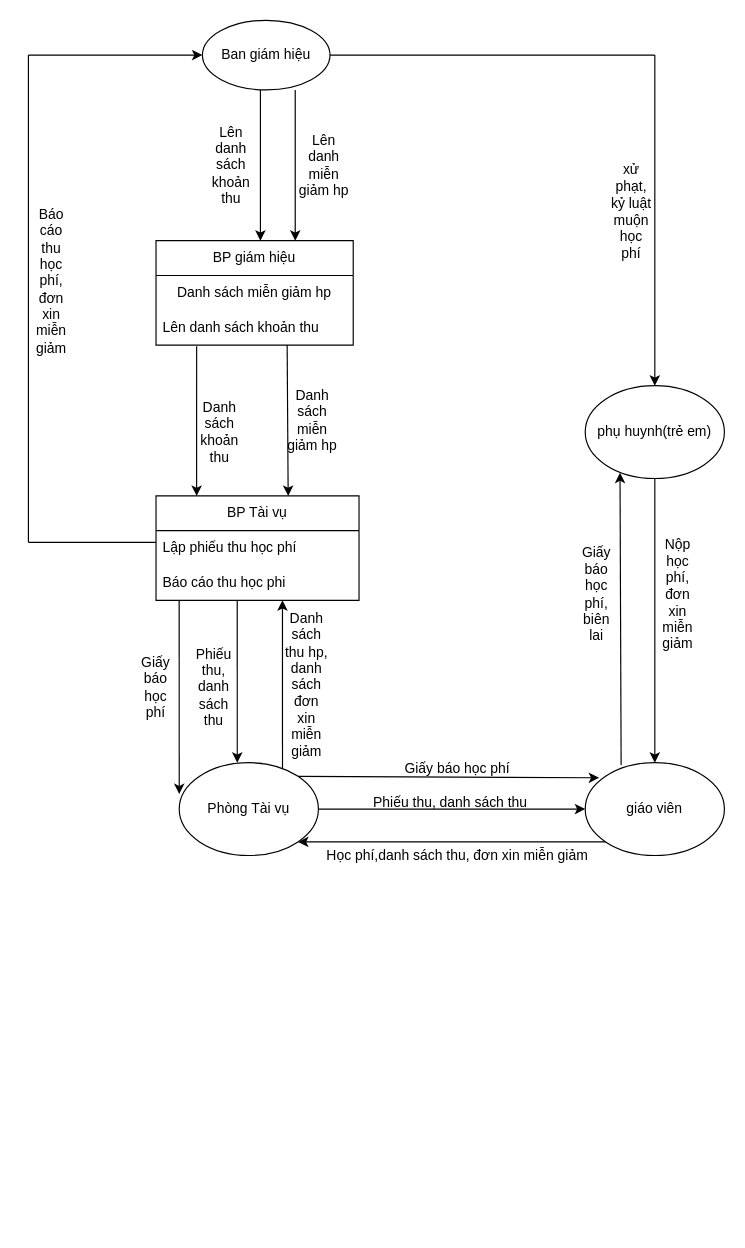
duyquyen20062000/cv keeps this draw.io diagram as Untitled Diagram.drawio. Above is the earlier version. Source tidied: cells renumbered, new cells numbered last; positions are measured from the earlier drawing's top-left corner, leaving out a move shared by most shapes. Both pictures are drawn from the tidied source at 116%, with x=0, y=0 at pixel (28, 20).
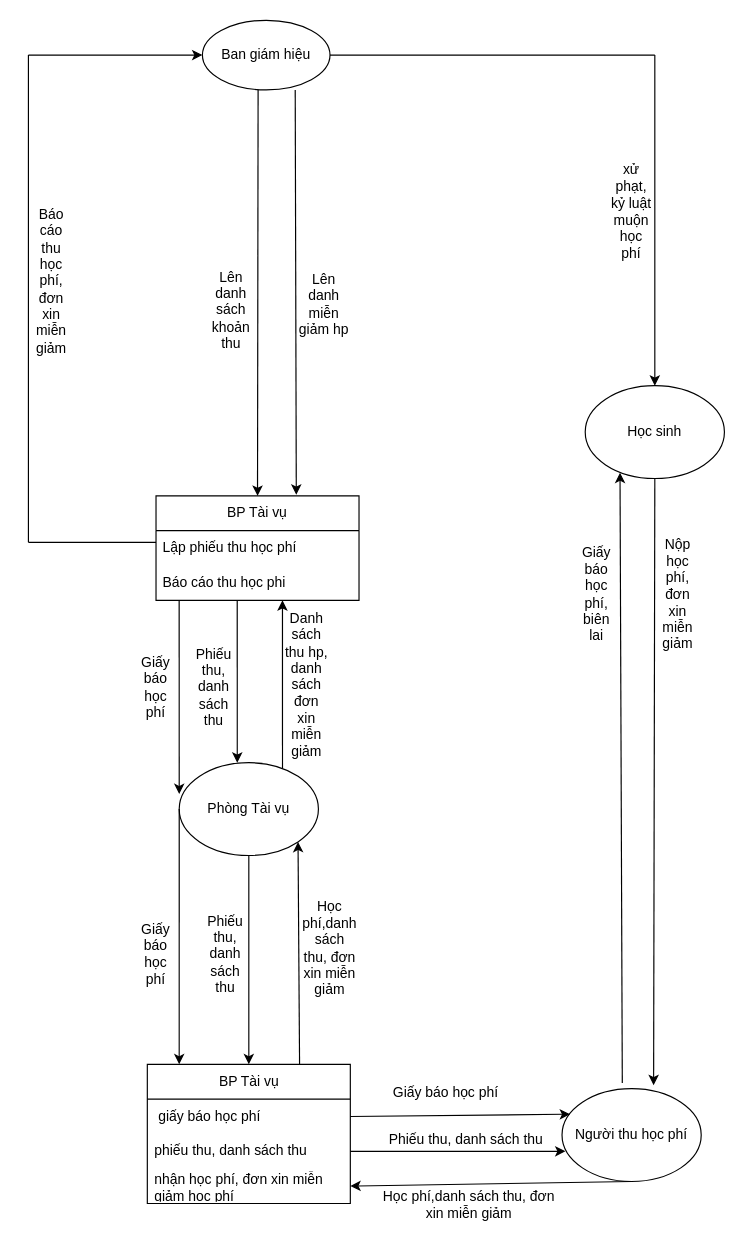
After the change.

Unchanged cells that the change refers to:
```xml
<mxCell id="8" value="BP Tài vụ" style="swimlane;fontStyle=0;horizontal=1;startSize=30;whiteSpace=wrap;html=1;" parent="1" vertex="1">
  <mxGeometry x="110" y="410" width="175" height="90" as="geometry" />
</mxCell>
<mxCell id="19" value="Phòng Tài vụ" style="ellipse;whiteSpace=wrap;html=1;" parent="1" vertex="1">
  <mxGeometry x="130" y="640" width="120" height="80" as="geometry" />
</mxCell>
```

Change to the diagram source:
```diff
@@
-    <mxCell id="2" value="BP giám hiệu" style="swimlane;fontStyle=0;horizontal=1;startSize=30;whiteSpace=wrap;html=1;" parent="1" vertex="1">
-      <mxGeometry x="110" y="190" width="170" height="90" as="geometry" />
-    </mxCell>
-    <mxCell id="3" value="Danh sách miễn giảm hp" style="text;html=1;strokeColor=none;fillColor=none;align=center;verticalAlign=middle;whiteSpace=wrap;rounded=0;" parent="2" vertex="1">
-      <mxGeometry y="30" width="170" height="30" as="geometry" />
-    </mxCell>
-    <mxCell id="4" value="Lên danh sách khoản thu" style="text;strokeColor=none;fillColor=none;align=left;verticalAlign=middle;spacingLeft=4;spacingRight=4;overflow=hidden;points=[[0,0.5],[1,0.5]];portConstraint=eastwest;whiteSpace=wrap;html=1;" parent="2" vertex="1">
-      <mxGeometry y="60" width="170" height="30" as="geometry" />
-    </mxCell>
@@
-    <mxCell id="6" value="phụ huynh(trẻ em)" style="ellipse;whiteSpace=wrap;html=1;" parent="1" vertex="1">
+    <mxCell id="6" value="Học sinh" style="ellipse;whiteSpace=wrap;html=1;" parent="1" vertex="1">
       <mxGeometry x="480" y="315" width="120" height="80" as="geometry" />
     </mxCell>
-    <mxCell id="7" value="giáo viên" style="ellipse;whiteSpace=wrap;html=1;" parent="1" vertex="1">
-      <mxGeometry x="480" y="640" width="120" height="80" as="geometry" />
-    </mxCell>
@@
-    <mxCell id="11" style="endArrow=classic;html=1;rounded=0;" parent="1" edge="1">
+    <mxCell id="11" style="endArrow=classic;html=1;rounded=0;entryX=0.5;entryY=0;entryDx=0;entryDy=0;" parent="1" edge="1" target="8">
       <mxGeometry relative="1" as="geometry">
-        <mxPoint x="200" y="60" as="sourcePoint" />
-        <mxPoint x="200" y="190" as="targetPoint" />
+        <mxPoint x="198" y="60" as="sourcePoint" />
       </mxGeometry>
     </mxCell>
     <mxCell id="12" value="Lên danh sách khoản thu" style="text;html=1;strokeColor=none;fillColor=none;align=center;verticalAlign=middle;whiteSpace=wrap;rounded=0;rotation=0;" parent="1" vertex="1">
-      <mxGeometry x="150" y="60" width="50" height="130" as="geometry" />
+      <mxGeometry x="150" y="185" width="50" height="130" as="geometry" />
     </mxCell>
-    <mxCell id="13" style="endArrow=classic;html=1;rounded=0;entryX=0.706;entryY=0;entryDx=0;entryDy=0;entryPerimeter=0;" parent="1" edge="1" target="2">
+    <mxCell id="13" style="endArrow=classic;html=1;rounded=0;entryX=0.691;entryY=-0.011;entryDx=0;entryDy=0;entryPerimeter=0;" parent="1" edge="1" target="8">
       <mxGeometry relative="1" as="geometry">
         <mxPoint x="230" y="60" as="sourcePoint" />
       </mxGeometry>
     </mxCell>
     <mxCell id="14" value="Lên danh miễn giảm hp" style="text;html=1;strokeColor=none;fillColor=none;align=center;verticalAlign=middle;whiteSpace=wrap;rounded=0;rotation=0;" parent="1" vertex="1">
-      <mxGeometry x="230" y="60" width="50" height="130" as="geometry" />
+      <mxGeometry x="230" y="180" width="50" height="130" as="geometry" />
     </mxCell>
-    <mxCell id="15" value="Danh sách khoản thu" style="text;html=1;strokeColor=none;fillColor=none;align=center;verticalAlign=middle;whiteSpace=wrap;rounded=0;rotation=0;" parent="1" vertex="1">
-      <mxGeometry x="140" y="290" width="50" height="130" as="geometry" />
-    </mxCell>
-    <mxCell id="16" value="Danh sách miễn giảm hp" style="text;html=1;strokeColor=none;fillColor=none;align=center;verticalAlign=middle;whiteSpace=wrap;rounded=0;rotation=0;" parent="1" vertex="1">
-      <mxGeometry x="220" y="280" width="50" height="130" as="geometry" />
-    </mxCell>
-    <mxCell id="17" style="endArrow=classic;html=1;rounded=0;entryX=0.651;entryY=0;entryDx=0;entryDy=0;entryPerimeter=0;exitX=0.665;exitY=1;exitDx=0;exitDy=0;exitPerimeter=0;" parent="1" edge="1" source="4" target="8">
-      <mxGeometry relative="1" as="geometry" />
-    </mxCell>
-    <mxCell id="18" style="endArrow=classic;html=1;rounded=0;exitX=0.206;exitY=1.033;exitDx=0;exitDy=0;exitPerimeter=0;" parent="1" edge="1" source="4">
-      <mxGeometry relative="1" as="geometry">
-        <mxPoint x="145" y="410" as="targetPoint" />
-        <Array as="points">
-          <mxPoint x="145" y="340" />
-        </Array>
-      </mxGeometry>
-    </mxCell>
@@
-    <mxCell id="28" style="endArrow=classic;html=1;rounded=0;exitX=1;exitY=0;exitDx=0;exitDy=0;entryX=0.1;entryY=0.163;entryDx=0;entryDy=0;entryPerimeter=0;" parent="1" edge="1" source="19" target="7">
+    <mxCell id="28" style="endArrow=classic;html=1;rounded=0;exitX=0;exitY=0.5;exitDx=0;exitDy=0;entryX=0.157;entryY=0;entryDx=0;entryDy=0;entryPerimeter=0;" parent="1" edge="1" source="19" target="43">
       <mxGeometry relative="1" as="geometry" />
     </mxCell>
     <mxCell id="29" value="Giấy báo học phí" style="text;html=1;strokeColor=none;fillColor=none;align=center;verticalAlign=middle;whiteSpace=wrap;rounded=0;rotation=0;" parent="1" vertex="1">
-      <mxGeometry x="270" y="630" width="200" height="30" as="geometry" />
+      <mxGeometry x="90" y="740" width="40" height="130" as="geometry" />
     </mxCell>
-    <mxCell id="30" style="endArrow=classic;html=1;rounded=0;exitX=1;exitY=0.5;exitDx=0;exitDy=0;entryX=0;entryY=0.5;entryDx=0;entryDy=0;" parent="1" edge="1" source="19" target="7">
+    <mxCell id="30" style="endArrow=classic;html=1;rounded=0;exitX=0.5;exitY=1;exitDx=0;exitDy=0;entryX=0.5;entryY=0;entryDx=0;entryDy=0;" parent="1" edge="1" source="19" target="43">
       <mxGeometry relative="1" as="geometry" />
     </mxCell>
     <mxCell id="31" value="Phiếu thu, danh sách thu" style="text;html=1;strokeColor=none;fillColor=none;align=center;verticalAlign=middle;whiteSpace=wrap;rounded=0;rotation=0;" parent="1" vertex="1">
-      <mxGeometry x="263.5" y="660" width="200" height="30" as="geometry" />
+      <mxGeometry x="150" y="705" width="40" height="200" as="geometry" />
     </mxCell>
-    <mxCell id="32" style="endArrow=classic;html=1;rounded=0;exitX=0.258;exitY=0.025;exitDx=0;exitDy=0;exitPerimeter=0;" parent="1" edge="1" source="7">
+    <mxCell id="32" style="endArrow=classic;html=1;rounded=0;exitX=0.433;exitY=-0.062;exitDx=0;exitDy=0;exitPerimeter=0;" parent="1" edge="1" source="47">
       <mxGeometry relative="1" as="geometry">
         <mxPoint x="510" y="390" as="targetPoint" />
       </mxGeometry>
     </mxCell>
@@
-    <mxCell id="35" style="endArrow=classic;html=1;rounded=0;exitX=0.5;exitY=1;exitDx=0;exitDy=0;entryX=0.5;entryY=0;entryDx=0;entryDy=0;" parent="1" edge="1" source="6" target="7">
+    <mxCell id="35" style="endArrow=classic;html=1;rounded=0;exitX=0.5;exitY=1;exitDx=0;exitDy=0;entryX=0.658;entryY=-0.037;entryDx=0;entryDy=0;entryPerimeter=0;" parent="1" edge="1" source="6" target="47">
       <mxGeometry relative="1" as="geometry" />
     </mxCell>
-    <mxCell id="36" style="endArrow=classic;html=1;rounded=0;entryX=1;entryY=1;entryDx=0;entryDy=0;exitX=0;exitY=1;exitDx=0;exitDy=0;" parent="1" edge="1" source="7" target="19">
+    <mxCell id="36" style="endArrow=classic;html=1;rounded=0;entryX=1;entryY=1;entryDx=0;entryDy=0;exitX=0.75;exitY=0;exitDx=0;exitDy=0;" parent="1" edge="1" source="43" target="19">
       <mxGeometry relative="1" as="geometry" />
     </mxCell>
     <mxCell id="37" value="Học phí,danh sách thu, đơn xin miễn giảm" style="text;html=1;strokeColor=none;fillColor=none;align=center;verticalAlign=middle;whiteSpace=wrap;rounded=0;rotation=0;" parent="1" vertex="1">
-      <mxGeometry x="250" y="710" width="240" height="20" as="geometry" />
+      <mxGeometry x="235" y="720" width="50" height="160" as="geometry" />
     </mxCell>
@@
+    <mxCell id="43" value="BP Tài vụ" style="swimlane;fontStyle=0;horizontal=1;startSize=30;whiteSpace=wrap;html=1;" parent="1" vertex="1">
+      <mxGeometry x="102.5" y="900" width="175" height="120" as="geometry" />
+    </mxCell>
+    <mxCell id="44" value="&amp;nbsp;giấy báo học phí" style="text;strokeColor=none;fillColor=none;align=left;verticalAlign=middle;spacingLeft=4;spacingRight=4;overflow=hidden;points=[[0,0.5],[1,0.5]];portConstraint=eastwest;whiteSpace=wrap;html=1;" parent="43" vertex="1">
+      <mxGeometry y="30" width="175" height="30" as="geometry" />
+    </mxCell>
+    <mxCell id="45" value="phiếu thu, danh sách thu" style="text;strokeColor=none;fillColor=none;align=left;verticalAlign=middle;spacingLeft=4;spacingRight=4;overflow=hidden;points=[[0,0.5],[1,0.5]];portConstraint=eastwest;whiteSpace=wrap;html=1;" parent="43" vertex="1">
+      <mxGeometry y="60" width="175" height="30" as="geometry" />
+    </mxCell>
+    <mxCell id="46" value="nhận học phí, đơn xin miễn giảm học phí" style="text;strokeColor=none;fillColor=none;align=left;verticalAlign=middle;spacingLeft=4;spacingRight=4;overflow=hidden;points=[[0,0.5],[1,0.5]];portConstraint=eastwest;whiteSpace=wrap;html=1;" parent="43" vertex="1">
+      <mxGeometry y="90" width="175" height="30" as="geometry" />
+    </mxCell>
+    <mxCell id="47" value="Người thu học phí" style="ellipse;whiteSpace=wrap;html=1;" parent="1" vertex="1">
+      <mxGeometry x="460" y="921" width="120" height="80" as="geometry" />
+    </mxCell>
+    <mxCell id="48" style="endArrow=classic;html=1;rounded=0;exitX=1;exitY=0.5;exitDx=0;exitDy=0;entryX=0.058;entryY=0.275;entryDx=0;entryDy=0;entryPerimeter=0;" parent="1" edge="1" source="44" target="47">
+      <mxGeometry relative="1" as="geometry" />
+    </mxCell>
+    <mxCell id="49" value="Giấy báo học phí" style="text;html=1;strokeColor=none;fillColor=none;align=center;verticalAlign=middle;whiteSpace=wrap;rounded=0;rotation=0;" parent="1" vertex="1">
+      <mxGeometry x="285" y="910" width="150" height="30" as="geometry" />
+    </mxCell>
+    <mxCell id="50" value="Phiếu thu, danh sách thu" style="text;html=1;strokeColor=none;fillColor=none;align=center;verticalAlign=middle;whiteSpace=wrap;rounded=0;rotation=0;" parent="1" vertex="1">
+      <mxGeometry x="300" y="950" width="155" height="30" as="geometry" />
+    </mxCell>
+    <mxCell id="51" style="endArrow=classic;html=1;rounded=0;exitX=1;exitY=0.5;exitDx=0;exitDy=0;entryX=0.025;entryY=0.675;entryDx=0;entryDy=0;entryPerimeter=0;" parent="1" edge="1" source="45" target="47">
+      <mxGeometry relative="1" as="geometry" />
+    </mxCell>
+    <mxCell id="52" style="endArrow=classic;html=1;rounded=0;exitX=0.5;exitY=1;exitDx=0;exitDy=0;entryX=1;entryY=0.5;entryDx=0;entryDy=0;" parent="1" edge="1" source="47" target="46">
+      <mxGeometry relative="1" as="geometry" />
+    </mxCell>
+    <mxCell id="53" value="Học phí,danh sách thu, đơn xin miễn giảm" style="text;html=1;strokeColor=none;fillColor=none;align=center;verticalAlign=middle;whiteSpace=wrap;rounded=0;rotation=0;" parent="1" vertex="1">
+      <mxGeometry x="300" y="1001" width="160" height="40" as="geometry" />
+    </mxCell>
```
